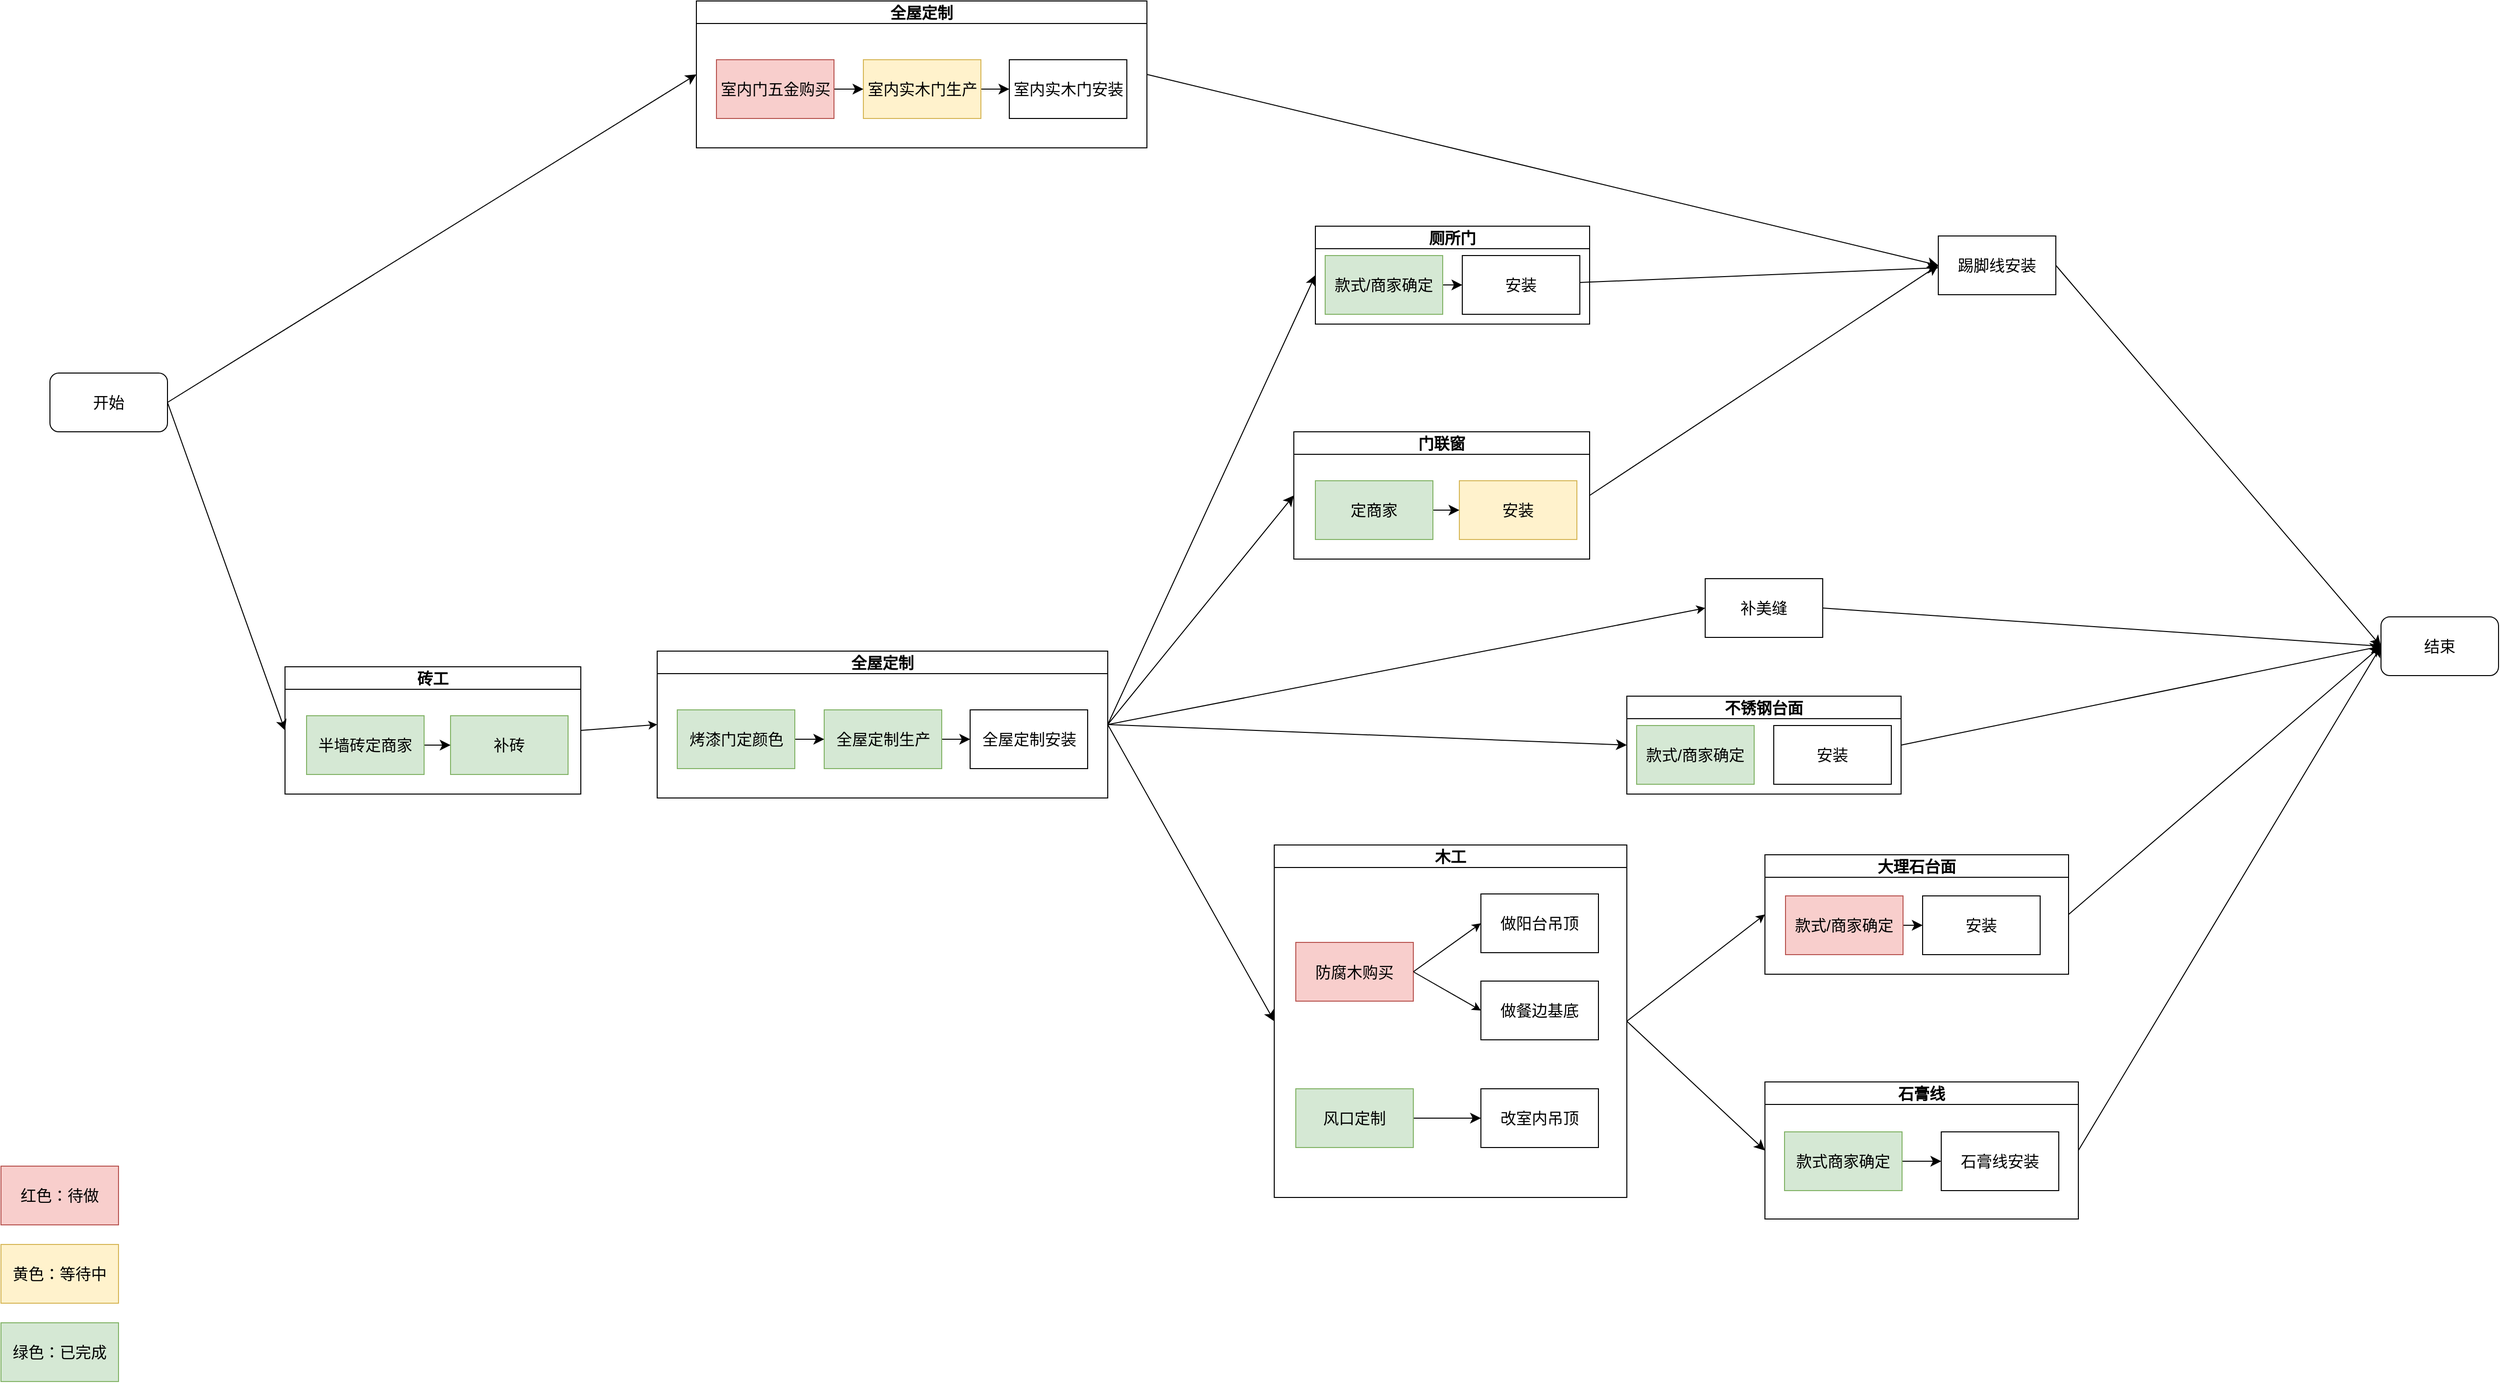
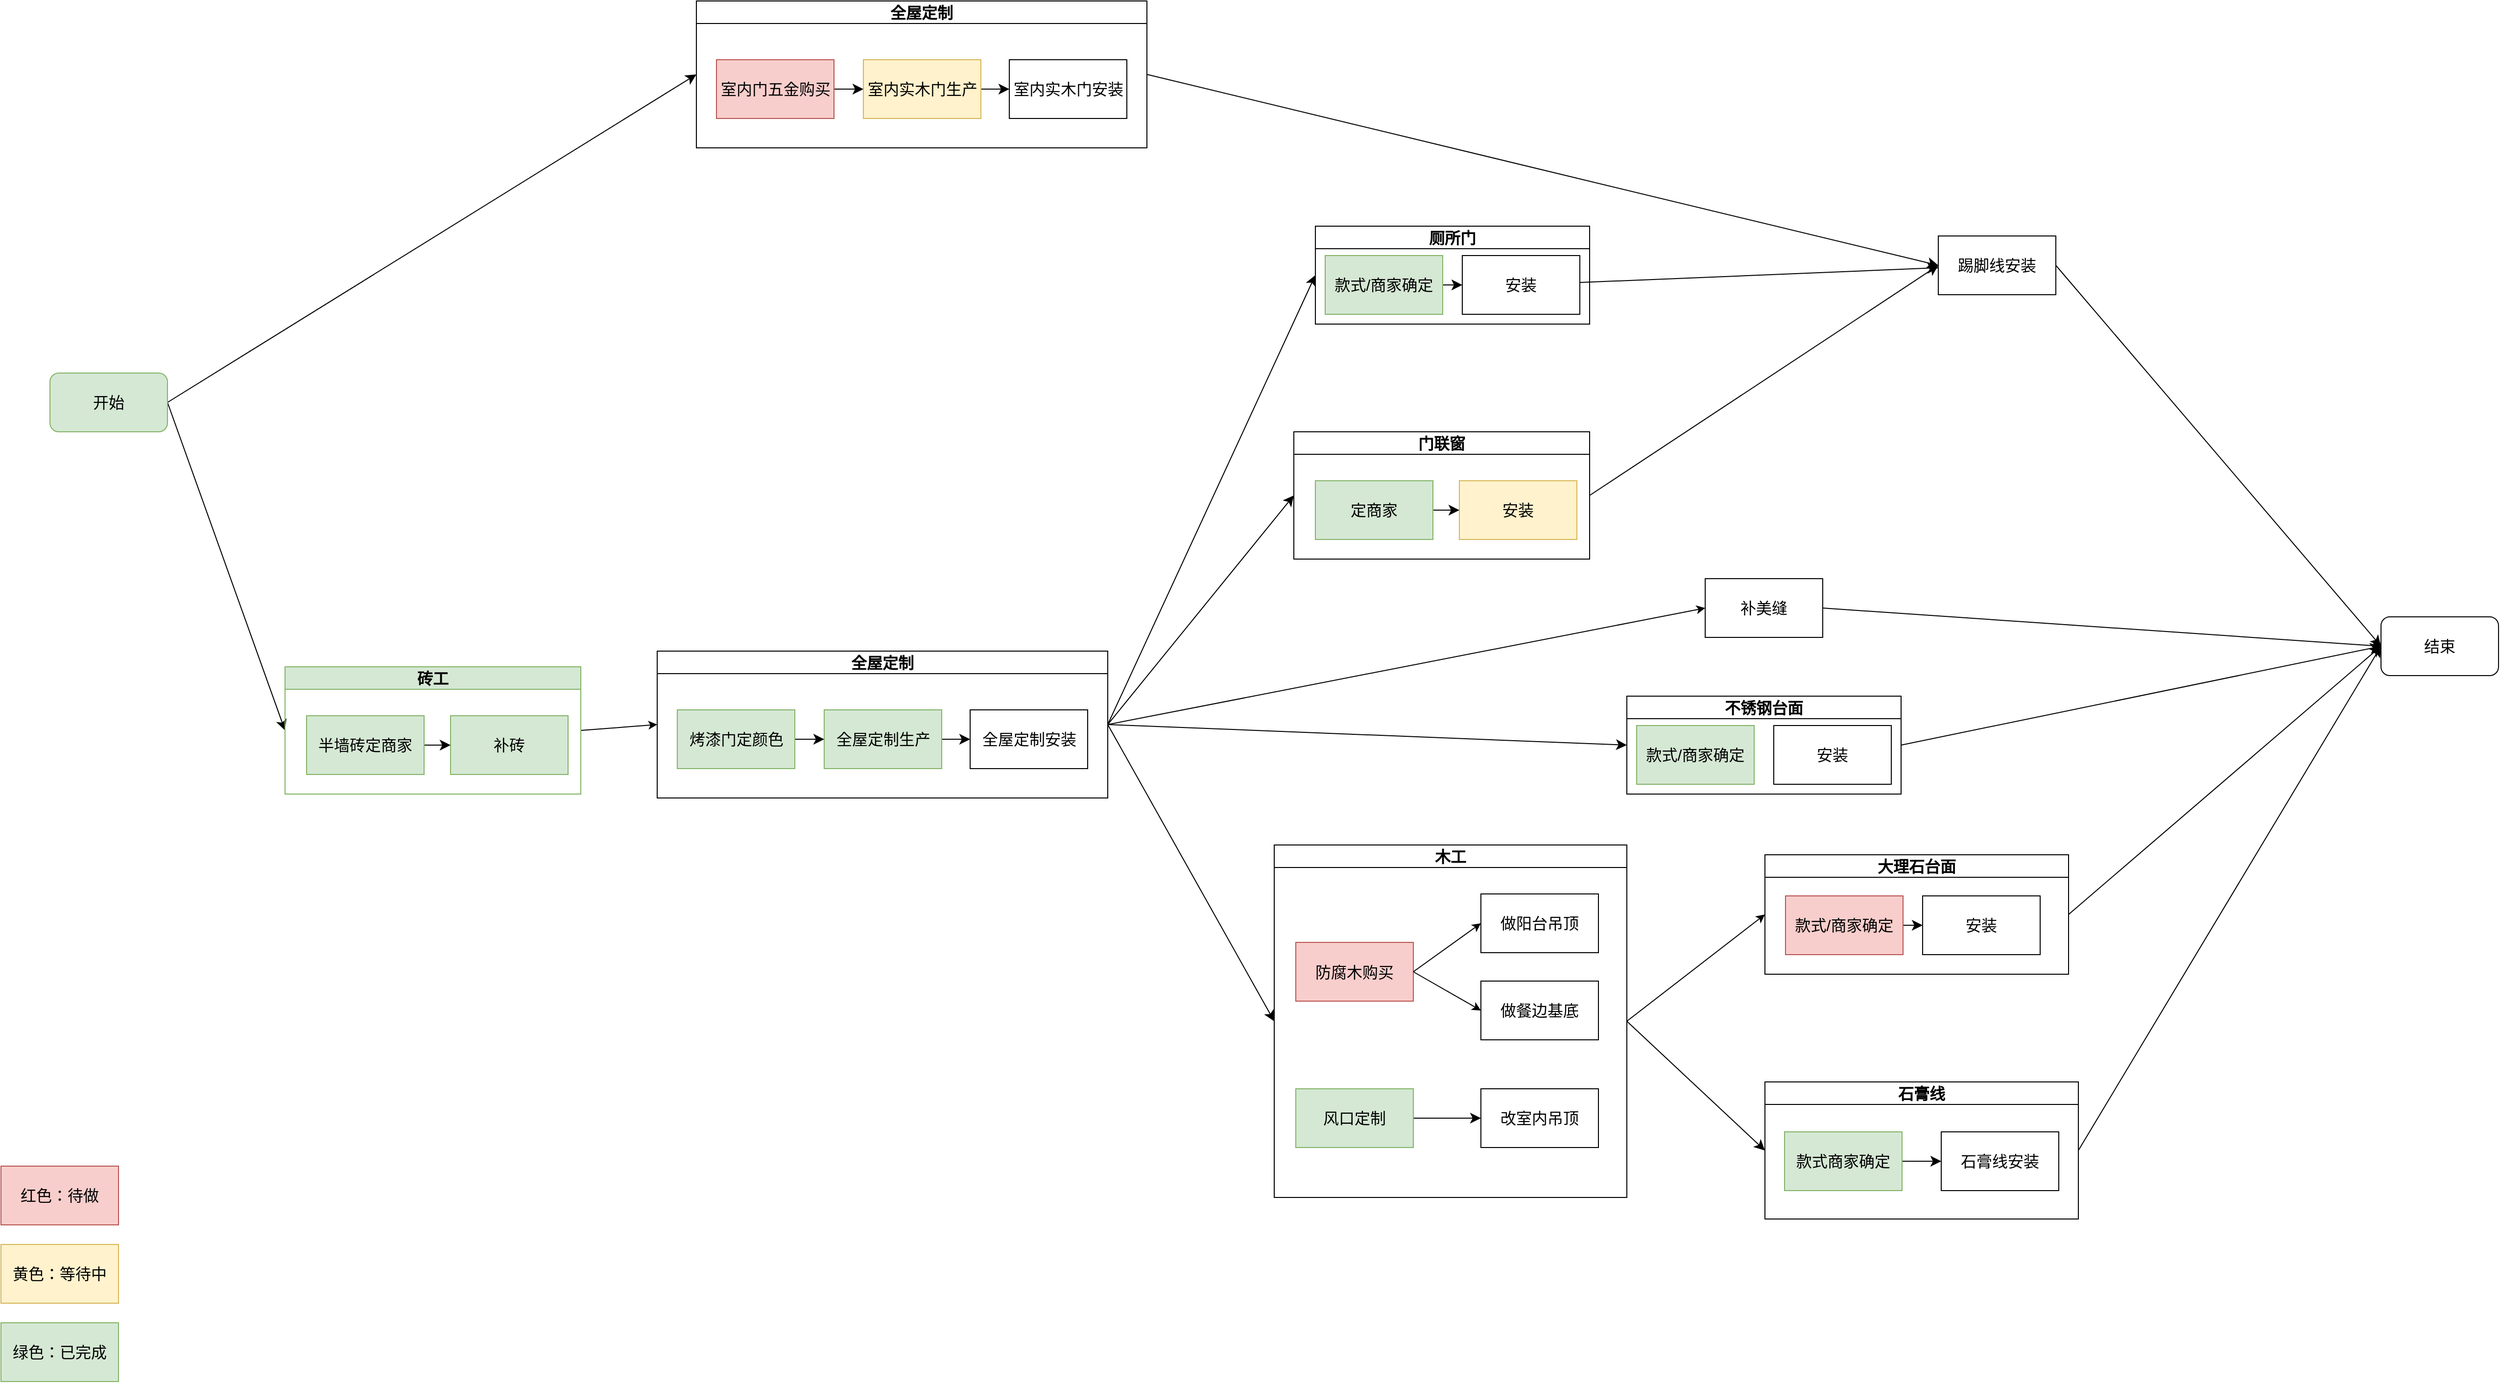
<mxfile host="app.diagrams.net">
  <diagram name="第 1 页" id="2Ei7WXRB8zRWnQdxWP_-">
    <mxGraphModel dx="2754" dy="1920" grid="1" gridSize="10" guides="1" tooltips="1" connect="1" arrows="1" fold="1" page="1" pageScale="1" pageWidth="827" pageHeight="1169" math="0" shadow="0">
      <root>
        <mxCell id="0" />
        <mxCell id="1" parent="0" />
        <mxCell id="gJAD5dA8SqptaOQvNV3d-4" edge="1" parent="1" source="gJAD5dA8SqptaOQvNV3d-6" style="edgeStyle=none;curved=1;rounded=0;orthogonalLoop=1;jettySize=auto;html=1;exitX=1;exitY=0.5;exitDx=0;exitDy=0;entryX=0;entryY=0.5;entryDx=0;entryDy=0;fontSize=16;startSize=8;endSize=8;" target="FFw6kcmiYEBRZalVSlK9-1">
          <mxGeometry relative="1" as="geometry" />
        </mxCell>
        <mxCell id="gJAD5dA8SqptaOQvNV3d-95" edge="1" parent="1" source="gJAD5dA8SqptaOQvNV3d-6" style="edgeStyle=none;curved=1;rounded=0;orthogonalLoop=1;jettySize=auto;html=1;exitX=1;exitY=0.5;exitDx=0;exitDy=0;entryX=0;entryY=0.5;entryDx=0;entryDy=0;fontSize=12;startSize=8;endSize=8;" target="gJAD5dA8SqptaOQvNV3d-89">
          <mxGeometry relative="1" as="geometry" />
        </mxCell>
-         <mxCell id="gJAD5dA8SqptaOQvNV3d-6" parent="1" style="rounded=1;whiteSpace=wrap;html=1;fontSize=16;" value="开始" vertex="1">
+         <mxCell id="gJAD5dA8SqptaOQvNV3d-6" parent="1" style="rounded=1;whiteSpace=wrap;html=1;fontSize=16;fillColor=#d5e8d4;strokeColor=#82b366;" value="开始" vertex="1">
          <mxGeometry height="60" width="120" x="140" y="890" as="geometry" />
        </mxCell>
        <mxCell id="gJAD5dA8SqptaOQvNV3d-8" edge="1" parent="1" style="edgeStyle=none;curved=1;rounded=0;orthogonalLoop=1;jettySize=auto;html=1;exitX=1;exitY=0.5;exitDx=0;exitDy=0;entryX=0;entryY=0.5;entryDx=0;entryDy=0;fontSize=16;startSize=8;endSize=8;">
          <mxGeometry relative="1" as="geometry">
            <mxPoint x="730" y="720" as="sourcePoint" />
          </mxGeometry>
        </mxCell>
        <mxCell id="gJAD5dA8SqptaOQvNV3d-17" edge="1" parent="1" source="gJAD5dA8SqptaOQvNV3d-21" style="edgeStyle=none;curved=1;rounded=0;orthogonalLoop=1;jettySize=auto;html=1;exitX=1;exitY=0.5;exitDx=0;exitDy=0;entryX=0;entryY=0.5;entryDx=0;entryDy=0;fontSize=16;startSize=8;endSize=8;" target="gJAD5dA8SqptaOQvNV3d-33">
          <mxGeometry relative="1" as="geometry" />
        </mxCell>
        <mxCell id="gJAD5dA8SqptaOQvNV3d-18" edge="1" parent="1" source="gJAD5dA8SqptaOQvNV3d-21" style="edgeStyle=none;curved=1;rounded=0;orthogonalLoop=1;jettySize=auto;html=1;exitX=1;exitY=0.5;exitDx=0;exitDy=0;fontSize=16;startSize=8;endSize=8;entryX=0;entryY=0.5;entryDx=0;entryDy=0;" target="gJAD5dA8SqptaOQvNV3d-71">
          <mxGeometry relative="1" as="geometry">
            <mxPoint x="1240" y="1060" as="targetPoint" />
          </mxGeometry>
        </mxCell>
        <mxCell id="gJAD5dA8SqptaOQvNV3d-19" edge="1" parent="1" source="gJAD5dA8SqptaOQvNV3d-21" style="edgeStyle=none;curved=1;rounded=0;orthogonalLoop=1;jettySize=auto;html=1;exitX=1;exitY=0.5;exitDx=0;exitDy=0;fontSize=16;startSize=8;endSize=8;entryX=0;entryY=0.5;entryDx=0;entryDy=0;" target="gJAD5dA8SqptaOQvNV3d-43">
          <mxGeometry relative="1" as="geometry">
            <mxPoint x="950" y="1150" as="targetPoint" />
          </mxGeometry>
        </mxCell>
        <mxCell id="gJAD5dA8SqptaOQvNV3d-20" edge="1" parent="1" source="gJAD5dA8SqptaOQvNV3d-21" style="edgeStyle=none;curved=1;rounded=0;orthogonalLoop=1;jettySize=auto;html=1;exitX=1;exitY=0.5;exitDx=0;exitDy=0;entryX=0;entryY=0.5;entryDx=0;entryDy=0;fontSize=16;startSize=8;endSize=8;" target="gJAD5dA8SqptaOQvNV3d-66">
          <mxGeometry relative="1" as="geometry" />
        </mxCell>
        <mxCell id="FFw6kcmiYEBRZalVSlK9-6" edge="1" parent="1" source="gJAD5dA8SqptaOQvNV3d-21" style="rounded=0;orthogonalLoop=1;jettySize=auto;html=1;exitX=1;exitY=0.5;exitDx=0;exitDy=0;entryX=0;entryY=0.5;entryDx=0;entryDy=0;" target="gJAD5dA8SqptaOQvNV3d-63">
          <mxGeometry relative="1" as="geometry" />
        </mxCell>
        <mxCell id="gJAD5dA8SqptaOQvNV3d-21" parent="1" style="swimlane;whiteSpace=wrap;html=1;startSize=23;fontSize=16;" value="全屋定制" vertex="1">
          <mxGeometry height="150" width="460" x="760" y="1174" as="geometry" />
        </mxCell>
        <mxCell id="gJAD5dA8SqptaOQvNV3d-22" edge="1" parent="gJAD5dA8SqptaOQvNV3d-21" source="gJAD5dA8SqptaOQvNV3d-23" style="edgeStyle=none;curved=1;rounded=0;orthogonalLoop=1;jettySize=auto;html=1;exitX=1;exitY=0.5;exitDx=0;exitDy=0;entryX=0;entryY=0.5;entryDx=0;entryDy=0;fontSize=16;startSize=8;endSize=8;" target="gJAD5dA8SqptaOQvNV3d-28">
          <mxGeometry relative="1" as="geometry" />
        </mxCell>
        <mxCell id="gJAD5dA8SqptaOQvNV3d-23" parent="gJAD5dA8SqptaOQvNV3d-21" style="rounded=0;whiteSpace=wrap;html=1;fontSize=16;fillColor=#d5e8d4;strokeColor=#82b366;" value="全屋定制生产" vertex="1">
          <mxGeometry height="60" width="120" x="170.5" y="60" as="geometry" />
        </mxCell>
        <mxCell id="gJAD5dA8SqptaOQvNV3d-24" edge="1" parent="gJAD5dA8SqptaOQvNV3d-21" source="gJAD5dA8SqptaOQvNV3d-25" style="edgeStyle=none;curved=1;rounded=0;orthogonalLoop=1;jettySize=auto;html=1;exitX=1;exitY=0.5;exitDx=0;exitDy=0;entryX=0;entryY=0.5;entryDx=0;entryDy=0;fontSize=16;startSize=8;endSize=8;" target="gJAD5dA8SqptaOQvNV3d-23">
          <mxGeometry relative="1" as="geometry" />
        </mxCell>
        <mxCell id="gJAD5dA8SqptaOQvNV3d-25" parent="gJAD5dA8SqptaOQvNV3d-21" style="rounded=0;whiteSpace=wrap;html=1;fontSize=16;fillColor=#d5e8d4;strokeColor=#82b366;" value="烤漆门定颜色" vertex="1">
          <mxGeometry height="60" width="120" x="20.5" y="60" as="geometry" />
        </mxCell>
        <mxCell id="gJAD5dA8SqptaOQvNV3d-28" parent="gJAD5dA8SqptaOQvNV3d-21" style="rounded=0;whiteSpace=wrap;html=1;fontSize=16;" value="全屋定制安装" vertex="1">
          <mxGeometry height="60" width="120" x="319.5" y="60" as="geometry" />
        </mxCell>
        <mxCell id="gJAD5dA8SqptaOQvNV3d-31" edge="1" parent="1" source="gJAD5dA8SqptaOQvNV3d-32" style="edgeStyle=none;curved=1;rounded=0;orthogonalLoop=1;jettySize=auto;html=1;exitX=1;exitY=0.5;exitDx=0;exitDy=0;entryX=0;entryY=0.5;entryDx=0;entryDy=0;fontSize=16;startSize=8;endSize=8;" target="gJAD5dA8SqptaOQvNV3d-34">
          <mxGeometry relative="1" as="geometry" />
        </mxCell>
        <mxCell id="gJAD5dA8SqptaOQvNV3d-32" parent="1" style="rounded=0;whiteSpace=wrap;html=1;fontSize=16;fillColor=#d5e8d4;strokeColor=#82b366;" value="款式/商家确定" vertex="1">
          <mxGeometry height="60" width="120" x="1442" y="770" as="geometry" />
        </mxCell>
        <mxCell id="gJAD5dA8SqptaOQvNV3d-33" parent="1" style="swimlane;whiteSpace=wrap;html=1;fontSize=16;" value="厕所门" vertex="1">
          <mxGeometry height="100" width="280" x="1432" y="740" as="geometry" />
        </mxCell>
        <mxCell id="gJAD5dA8SqptaOQvNV3d-34" parent="gJAD5dA8SqptaOQvNV3d-33" style="whiteSpace=wrap;html=1;rounded=0;fontSize=16;" value="安装" vertex="1">
          <mxGeometry height="60" width="120" x="150" y="30" as="geometry" />
        </mxCell>
        <mxCell id="gJAD5dA8SqptaOQvNV3d-41" parent="1" style="rounded=0;whiteSpace=wrap;html=1;fontSize=16;fillColor=#d5e8d4;strokeColor=#82b366;" value="款式/商家确定" vertex="1">
          <mxGeometry height="60" width="120" x="1760" y="1250" as="geometry" />
        </mxCell>
        <mxCell id="gJAD5dA8SqptaOQvNV3d-42" edge="1" parent="1" source="gJAD5dA8SqptaOQvNV3d-43" style="edgeStyle=none;curved=1;rounded=0;orthogonalLoop=1;jettySize=auto;html=1;exitX=1;exitY=0.5;exitDx=0;exitDy=0;entryX=0;entryY=0.5;entryDx=0;entryDy=0;fontSize=16;startSize=8;endSize=8;" target="gJAD5dA8SqptaOQvNV3d-52">
          <mxGeometry relative="1" as="geometry">
            <mxPoint x="2080" y="1170" as="targetPoint" />
          </mxGeometry>
        </mxCell>
        <mxCell id="gJAD5dA8SqptaOQvNV3d-43" parent="1" style="swimlane;whiteSpace=wrap;html=1;fontSize=16;" value="不锈钢台面" vertex="1">
          <mxGeometry height="100" width="280" x="1750" y="1220" as="geometry" />
        </mxCell>
        <mxCell id="gJAD5dA8SqptaOQvNV3d-44" parent="gJAD5dA8SqptaOQvNV3d-43" style="whiteSpace=wrap;html=1;rounded=0;fontSize=16;" value="安装" vertex="1">
          <mxGeometry height="60" width="120" x="150" y="30" as="geometry" />
        </mxCell>
        <mxCell id="gJAD5dA8SqptaOQvNV3d-45" edge="1" parent="1" source="gJAD5dA8SqptaOQvNV3d-46" style="edgeStyle=none;curved=1;rounded=0;orthogonalLoop=1;jettySize=auto;html=1;exitX=1;exitY=0.5;exitDx=0;exitDy=0;entryX=0;entryY=0.5;entryDx=0;entryDy=0;fontSize=16;startSize=8;endSize=8;" target="gJAD5dA8SqptaOQvNV3d-49">
          <mxGeometry relative="1" as="geometry" />
        </mxCell>
        <mxCell id="gJAD5dA8SqptaOQvNV3d-46" parent="1" style="rounded=0;whiteSpace=wrap;html=1;fontSize=16;fillColor=#f8cecc;strokeColor=#b85450;" value="款式/商家确定" vertex="1">
          <mxGeometry height="60" width="120" x="1912" y="1424" as="geometry" />
        </mxCell>
        <mxCell id="gJAD5dA8SqptaOQvNV3d-47" edge="1" parent="1" source="gJAD5dA8SqptaOQvNV3d-48" style="edgeStyle=none;curved=1;rounded=0;orthogonalLoop=1;jettySize=auto;html=1;exitX=1;exitY=0.5;exitDx=0;exitDy=0;entryX=0;entryY=0.5;entryDx=0;entryDy=0;fontSize=16;startSize=8;endSize=8;" target="gJAD5dA8SqptaOQvNV3d-52">
          <mxGeometry relative="1" as="geometry">
            <mxPoint x="2080" y="1170" as="targetPoint" />
          </mxGeometry>
        </mxCell>
        <mxCell id="gJAD5dA8SqptaOQvNV3d-48" parent="1" style="swimlane;whiteSpace=wrap;html=1;fontSize=16;" value="大理石台面" vertex="1">
          <mxGeometry height="122" width="310" x="1891" y="1382" as="geometry" />
        </mxCell>
        <mxCell id="gJAD5dA8SqptaOQvNV3d-49" parent="gJAD5dA8SqptaOQvNV3d-48" style="whiteSpace=wrap;html=1;rounded=0;fontSize=16;" value="安装" vertex="1">
          <mxGeometry height="60" width="120" x="161" y="42" as="geometry" />
        </mxCell>
        <mxCell id="gJAD5dA8SqptaOQvNV3d-50" edge="1" parent="1" source="gJAD5dA8SqptaOQvNV3d-51" style="edgeStyle=none;curved=1;rounded=0;orthogonalLoop=1;jettySize=auto;html=1;exitX=1;exitY=0.5;exitDx=0;exitDy=0;fontSize=16;startSize=8;endSize=8;entryX=0;entryY=0.5;entryDx=0;entryDy=0;" target="gJAD5dA8SqptaOQvNV3d-52">
          <mxGeometry relative="1" as="geometry">
            <mxPoint x="2080" y="1170" as="targetPoint" />
          </mxGeometry>
        </mxCell>
        <mxCell id="gJAD5dA8SqptaOQvNV3d-51" parent="1" style="whiteSpace=wrap;html=1;rounded=0;fontSize=16;" value="踢脚线安装" vertex="1">
          <mxGeometry height="60" width="120" x="2068" y="750" as="geometry" />
        </mxCell>
        <mxCell id="gJAD5dA8SqptaOQvNV3d-52" parent="1" style="rounded=1;whiteSpace=wrap;html=1;fontSize=16;" value="结束" vertex="1">
          <mxGeometry height="60" width="120" x="2520" y="1139" as="geometry" />
        </mxCell>
        <mxCell id="gJAD5dA8SqptaOQvNV3d-53" edge="1" parent="1" source="gJAD5dA8SqptaOQvNV3d-34" style="edgeStyle=none;curved=1;rounded=0;orthogonalLoop=1;jettySize=auto;html=1;fontSize=16;startSize=8;endSize=8;" target="gJAD5dA8SqptaOQvNV3d-51" value="">
          <mxGeometry relative="1" as="geometry" />
        </mxCell>
        <mxCell id="gJAD5dA8SqptaOQvNV3d-54" parent="1" style="rounded=0;whiteSpace=wrap;html=1;fontSize=16;fillColor=#fff2cc;strokeColor=#d6b656;" value="黄色：等待中" vertex="1">
          <mxGeometry height="60" width="120" x="90" y="1780" as="geometry" />
        </mxCell>
        <mxCell id="gJAD5dA8SqptaOQvNV3d-55" parent="1" style="rounded=0;whiteSpace=wrap;html=1;fontSize=16;fillColor=#d5e8d4;strokeColor=#82b366;" value="绿色：已完成" vertex="1">
          <mxGeometry height="60" width="120" x="90" y="1860" as="geometry" />
        </mxCell>
        <mxCell id="gJAD5dA8SqptaOQvNV3d-56" parent="1" style="rounded=0;whiteSpace=wrap;html=1;fontSize=16;fillColor=#f8cecc;strokeColor=#b85450;" value="红色：待做" vertex="1">
          <mxGeometry height="60" width="120" x="90" y="1700" as="geometry" />
        </mxCell>
        <mxCell id="gJAD5dA8SqptaOQvNV3d-62" edge="1" parent="1" source="gJAD5dA8SqptaOQvNV3d-63" style="rounded=0;orthogonalLoop=1;jettySize=auto;html=1;exitX=1;exitY=0.5;exitDx=0;exitDy=0;entryX=0;entryY=0.5;entryDx=0;entryDy=0;" target="gJAD5dA8SqptaOQvNV3d-52">
          <mxGeometry relative="1" as="geometry">
            <mxPoint x="1670" y="1260" as="targetPoint" />
          </mxGeometry>
        </mxCell>
        <mxCell id="gJAD5dA8SqptaOQvNV3d-63" parent="1" style="rounded=0;whiteSpace=wrap;html=1;fontSize=16;" value="补美缝" vertex="1">
          <mxGeometry height="60" width="120" x="1830" y="1100" as="geometry" />
        </mxCell>
        <mxCell id="gJAD5dA8SqptaOQvNV3d-65" edge="1" parent="1" source="gJAD5dA8SqptaOQvNV3d-66" style="rounded=0;orthogonalLoop=1;jettySize=auto;html=1;exitX=1;exitY=0.5;exitDx=0;exitDy=0;entryX=0;entryY=0.5;entryDx=0;entryDy=0;" target="gJAD5dA8SqptaOQvNV3d-48">
          <mxGeometry relative="1" as="geometry">
            <mxPoint x="1531" y="1375" as="sourcePoint" />
          </mxGeometry>
        </mxCell>
        <mxCell id="gJAD5dA8SqptaOQvNV3d-84" edge="1" parent="1" source="gJAD5dA8SqptaOQvNV3d-66" style="edgeStyle=none;curved=1;rounded=0;orthogonalLoop=1;jettySize=auto;html=1;exitX=1;exitY=0.5;exitDx=0;exitDy=0;entryX=0;entryY=0.5;entryDx=0;entryDy=0;fontSize=12;startSize=8;endSize=8;" target="gJAD5dA8SqptaOQvNV3d-80">
          <mxGeometry relative="1" as="geometry" />
        </mxCell>
        <mxCell id="gJAD5dA8SqptaOQvNV3d-66" parent="1" style="swimlane;whiteSpace=wrap;html=1;fontSize=16;" value="木工" vertex="1">
          <mxGeometry height="360" width="360" x="1390" y="1372" as="geometry" />
        </mxCell>
        <mxCell id="gJAD5dA8SqptaOQvNV3d-67" parent="gJAD5dA8SqptaOQvNV3d-66" style="rounded=0;whiteSpace=wrap;html=1;fontSize=16;" value="做餐边基底" vertex="1">
          <mxGeometry height="60" width="120" x="211" y="139" as="geometry" />
        </mxCell>
        <mxCell id="gJAD5dA8SqptaOQvNV3d-68" edge="1" parent="gJAD5dA8SqptaOQvNV3d-66" source="gJAD5dA8SqptaOQvNV3d-69" style="rounded=0;orthogonalLoop=1;jettySize=auto;html=1;exitX=1;exitY=0.5;exitDx=0;exitDy=0;entryX=0;entryY=0.5;entryDx=0;entryDy=0;" target="gJAD5dA8SqptaOQvNV3d-67">
          <mxGeometry relative="1" as="geometry" />
        </mxCell>
        <mxCell id="gJAD5dA8SqptaOQvNV3d-69" parent="gJAD5dA8SqptaOQvNV3d-66" style="rounded=0;whiteSpace=wrap;html=1;fontSize=16;fillColor=#f8cecc;strokeColor=#b85450;" value="防腐木购买" vertex="1">
          <mxGeometry height="60" width="120" x="22" y="99.5" as="geometry" />
        </mxCell>
        <mxCell id="gJAD5dA8SqptaOQvNV3d-79" edge="1" parent="gJAD5dA8SqptaOQvNV3d-66" source="gJAD5dA8SqptaOQvNV3d-77" style="edgeStyle=none;curved=1;rounded=0;orthogonalLoop=1;jettySize=auto;html=1;exitX=1;exitY=0.5;exitDx=0;exitDy=0;entryX=0;entryY=0.5;entryDx=0;entryDy=0;fontSize=12;startSize=8;endSize=8;" target="gJAD5dA8SqptaOQvNV3d-78">
          <mxGeometry relative="1" as="geometry" />
        </mxCell>
        <mxCell id="gJAD5dA8SqptaOQvNV3d-77" parent="gJAD5dA8SqptaOQvNV3d-66" style="rounded=0;whiteSpace=wrap;html=1;fontSize=16;fillColor=#d5e8d4;strokeColor=#82b366;" value="风口定制" vertex="1">
          <mxGeometry height="60" width="120" x="22" y="249" as="geometry" />
        </mxCell>
        <mxCell id="gJAD5dA8SqptaOQvNV3d-78" parent="gJAD5dA8SqptaOQvNV3d-66" style="rounded=0;whiteSpace=wrap;html=1;fontSize=16;" value="改室内吊顶" vertex="1">
          <mxGeometry height="60" width="120" x="211" y="249" as="geometry" />
        </mxCell>
        <mxCell id="gJAD5dA8SqptaOQvNV3d-64" parent="gJAD5dA8SqptaOQvNV3d-66" style="rounded=0;whiteSpace=wrap;html=1;fontSize=16;" value="做阳台吊顶" vertex="1">
          <mxGeometry height="60" width="120" x="211" y="50" as="geometry" />
        </mxCell>
        <mxCell id="gJAD5dA8SqptaOQvNV3d-70" edge="1" parent="gJAD5dA8SqptaOQvNV3d-66" source="gJAD5dA8SqptaOQvNV3d-69" style="rounded=0;orthogonalLoop=1;jettySize=auto;html=1;exitX=1;exitY=0.5;exitDx=0;exitDy=0;entryX=0;entryY=0.5;entryDx=0;entryDy=0;" target="gJAD5dA8SqptaOQvNV3d-64">
          <mxGeometry relative="1" as="geometry" />
        </mxCell>
        <mxCell id="pHg6ZgJM_Yp1jqKYYwtd-1" edge="1" parent="1" source="gJAD5dA8SqptaOQvNV3d-71" style="edgeStyle=none;curved=1;rounded=0;orthogonalLoop=1;jettySize=auto;html=1;exitX=1;exitY=0.5;exitDx=0;exitDy=0;entryX=0;entryY=0.5;entryDx=0;entryDy=0;fontSize=12;startSize=8;endSize=8;" target="gJAD5dA8SqptaOQvNV3d-51">
          <mxGeometry relative="1" as="geometry" />
        </mxCell>
        <mxCell id="gJAD5dA8SqptaOQvNV3d-71" parent="1" style="swimlane;whiteSpace=wrap;html=1;startSize=23;fontSize=16;" value="门联窗" vertex="1">
          <mxGeometry height="130" width="302" x="1410" y="950" as="geometry" />
        </mxCell>
        <mxCell id="gJAD5dA8SqptaOQvNV3d-72" parent="gJAD5dA8SqptaOQvNV3d-71" style="rounded=0;whiteSpace=wrap;html=1;fontSize=16;fillColor=#fff2cc;strokeColor=#d6b656;" value="安装" vertex="1">
          <mxGeometry height="60" width="120" x="169" y="50" as="geometry" />
        </mxCell>
        <mxCell id="gJAD5dA8SqptaOQvNV3d-73" edge="1" parent="gJAD5dA8SqptaOQvNV3d-71" source="gJAD5dA8SqptaOQvNV3d-74" style="edgeStyle=none;curved=1;rounded=0;orthogonalLoop=1;jettySize=auto;html=1;exitX=1;exitY=0.5;exitDx=0;exitDy=0;fontSize=16;startSize=8;endSize=8;entryX=0;entryY=0.5;entryDx=0;entryDy=0;" target="gJAD5dA8SqptaOQvNV3d-72">
          <mxGeometry relative="1" as="geometry">
            <mxPoint x="159.99999999999977" y="80" as="targetPoint" />
          </mxGeometry>
        </mxCell>
        <mxCell id="gJAD5dA8SqptaOQvNV3d-74" parent="gJAD5dA8SqptaOQvNV3d-71" style="rounded=0;whiteSpace=wrap;html=1;fontSize=16;fillColor=#d5e8d4;strokeColor=#82b366;" value="定商家" vertex="1">
          <mxGeometry height="60" width="120" x="22" y="50" as="geometry" />
        </mxCell>
        <mxCell id="gJAD5dA8SqptaOQvNV3d-85" edge="1" parent="1" source="gJAD5dA8SqptaOQvNV3d-80" style="edgeStyle=none;curved=1;rounded=0;orthogonalLoop=1;jettySize=auto;html=1;exitX=1;exitY=0.5;exitDx=0;exitDy=0;entryX=0;entryY=0.5;entryDx=0;entryDy=0;fontSize=12;startSize=8;endSize=8;" target="gJAD5dA8SqptaOQvNV3d-52">
          <mxGeometry relative="1" as="geometry">
            <mxPoint x="2080" y="1170" as="targetPoint" />
          </mxGeometry>
        </mxCell>
        <mxCell id="gJAD5dA8SqptaOQvNV3d-80" parent="1" style="swimlane;whiteSpace=wrap;html=1;fontSize=16;" value="石膏线" vertex="1">
          <mxGeometry height="140" width="320" x="1891" y="1614" as="geometry" />
        </mxCell>
        <mxCell id="gJAD5dA8SqptaOQvNV3d-81" parent="gJAD5dA8SqptaOQvNV3d-80" style="rounded=0;whiteSpace=wrap;html=1;fontSize=16;" value="石膏线安装" vertex="1">
          <mxGeometry height="60" width="120" x="180" y="51" as="geometry" />
        </mxCell>
        <mxCell id="gJAD5dA8SqptaOQvNV3d-82" edge="1" parent="gJAD5dA8SqptaOQvNV3d-80" source="gJAD5dA8SqptaOQvNV3d-83" style="edgeStyle=none;curved=1;rounded=0;orthogonalLoop=1;jettySize=auto;html=1;exitX=1;exitY=0.5;exitDx=0;exitDy=0;entryX=0;entryY=0.5;entryDx=0;entryDy=0;fontSize=16;startSize=8;endSize=8;" target="gJAD5dA8SqptaOQvNV3d-81">
          <mxGeometry relative="1" as="geometry" />
        </mxCell>
        <mxCell id="gJAD5dA8SqptaOQvNV3d-83" parent="gJAD5dA8SqptaOQvNV3d-80" style="rounded=0;whiteSpace=wrap;html=1;fontSize=16;fillColor=#d5e8d4;strokeColor=#82b366;" value="款式商家确定" vertex="1">
          <mxGeometry height="60" width="120" x="20" y="51" as="geometry" />
        </mxCell>
        <mxCell id="gJAD5dA8SqptaOQvNV3d-96" edge="1" parent="1" source="gJAD5dA8SqptaOQvNV3d-89" style="edgeStyle=none;curved=1;rounded=0;orthogonalLoop=1;jettySize=auto;html=1;exitX=1;exitY=0.5;exitDx=0;exitDy=0;entryX=0;entryY=0.5;entryDx=0;entryDy=0;fontSize=12;startSize=8;endSize=8;" target="gJAD5dA8SqptaOQvNV3d-51">
          <mxGeometry relative="1" as="geometry" />
        </mxCell>
        <mxCell id="gJAD5dA8SqptaOQvNV3d-89" parent="1" style="swimlane;whiteSpace=wrap;html=1;startSize=23;fontSize=16;" value="全屋定制" vertex="1">
          <mxGeometry height="150" width="460" x="800" y="510" as="geometry" />
        </mxCell>
        <mxCell id="gJAD5dA8SqptaOQvNV3d-90" edge="1" parent="gJAD5dA8SqptaOQvNV3d-89" source="gJAD5dA8SqptaOQvNV3d-91" style="edgeStyle=none;curved=1;rounded=0;orthogonalLoop=1;jettySize=auto;html=1;exitX=1;exitY=0.5;exitDx=0;exitDy=0;entryX=0;entryY=0.5;entryDx=0;entryDy=0;fontSize=16;startSize=8;endSize=8;" target="gJAD5dA8SqptaOQvNV3d-94">
          <mxGeometry relative="1" as="geometry" />
        </mxCell>
        <mxCell id="gJAD5dA8SqptaOQvNV3d-91" parent="gJAD5dA8SqptaOQvNV3d-89" style="rounded=0;whiteSpace=wrap;html=1;fontSize=16;fillColor=#fff2cc;strokeColor=#d6b656;" value="室内实木门生产" vertex="1">
          <mxGeometry height="60" width="120" x="170.5" y="60" as="geometry" />
        </mxCell>
        <mxCell id="gJAD5dA8SqptaOQvNV3d-92" edge="1" parent="gJAD5dA8SqptaOQvNV3d-89" source="gJAD5dA8SqptaOQvNV3d-93" style="edgeStyle=none;curved=1;rounded=0;orthogonalLoop=1;jettySize=auto;html=1;exitX=1;exitY=0.5;exitDx=0;exitDy=0;entryX=0;entryY=0.5;entryDx=0;entryDy=0;fontSize=16;startSize=8;endSize=8;" target="gJAD5dA8SqptaOQvNV3d-91">
          <mxGeometry relative="1" as="geometry" />
        </mxCell>
        <mxCell id="gJAD5dA8SqptaOQvNV3d-93" parent="gJAD5dA8SqptaOQvNV3d-89" style="rounded=0;whiteSpace=wrap;html=1;fontSize=16;fillColor=#f8cecc;strokeColor=#b85450;" value="室内门五金购买" vertex="1">
          <mxGeometry height="60" width="120" x="20.5" y="60" as="geometry" />
        </mxCell>
        <mxCell id="gJAD5dA8SqptaOQvNV3d-94" parent="gJAD5dA8SqptaOQvNV3d-89" style="rounded=0;whiteSpace=wrap;html=1;fontSize=16;" value="室内实木门安装" vertex="1">
          <mxGeometry height="60" width="120" x="319.5" y="60" as="geometry" />
        </mxCell>
        <mxCell id="FFw6kcmiYEBRZalVSlK9-5" edge="1" parent="1" source="FFw6kcmiYEBRZalVSlK9-1" style="rounded=0;orthogonalLoop=1;jettySize=auto;html=1;exitX=1;exitY=0.5;exitDx=0;exitDy=0;entryX=0;entryY=0.5;entryDx=0;entryDy=0;" target="gJAD5dA8SqptaOQvNV3d-21">
          <mxGeometry relative="1" as="geometry" />
        </mxCell>
-         <mxCell id="FFw6kcmiYEBRZalVSlK9-1" parent="1" style="swimlane;whiteSpace=wrap;html=1;startSize=23;fontSize=16;" value="砖工" vertex="1">
+         <mxCell id="FFw6kcmiYEBRZalVSlK9-1" parent="1" style="swimlane;whiteSpace=wrap;html=1;startSize=23;fontSize=16;fillColor=#d5e8d4;strokeColor=#82b366;" value="砖工" vertex="1">
          <mxGeometry height="130" width="302" x="380" y="1190" as="geometry" />
        </mxCell>
        <mxCell id="FFw6kcmiYEBRZalVSlK9-2" parent="FFw6kcmiYEBRZalVSlK9-1" style="rounded=0;whiteSpace=wrap;html=1;fontSize=16;fillColor=#d5e8d4;strokeColor=#82b366;" value="补砖" vertex="1">
          <mxGeometry height="60" width="120" x="169" y="50" as="geometry" />
        </mxCell>
        <mxCell id="FFw6kcmiYEBRZalVSlK9-3" edge="1" parent="FFw6kcmiYEBRZalVSlK9-1" source="FFw6kcmiYEBRZalVSlK9-4" style="edgeStyle=none;curved=1;rounded=0;orthogonalLoop=1;jettySize=auto;html=1;exitX=1;exitY=0.5;exitDx=0;exitDy=0;fontSize=16;startSize=8;endSize=8;entryX=0;entryY=0.5;entryDx=0;entryDy=0;" target="FFw6kcmiYEBRZalVSlK9-2">
          <mxGeometry relative="1" as="geometry">
            <mxPoint x="159.99999999999977" y="80" as="targetPoint" />
          </mxGeometry>
        </mxCell>
        <mxCell id="FFw6kcmiYEBRZalVSlK9-4" parent="FFw6kcmiYEBRZalVSlK9-1" style="rounded=0;whiteSpace=wrap;html=1;fontSize=16;fillColor=#d5e8d4;strokeColor=#82b366;" value="半墙砖定商家" vertex="1">
          <mxGeometry height="60" width="120" x="22" y="50" as="geometry" />
        </mxCell>
      </root>
    </mxGraphModel>
  </diagram>
</mxfile>
